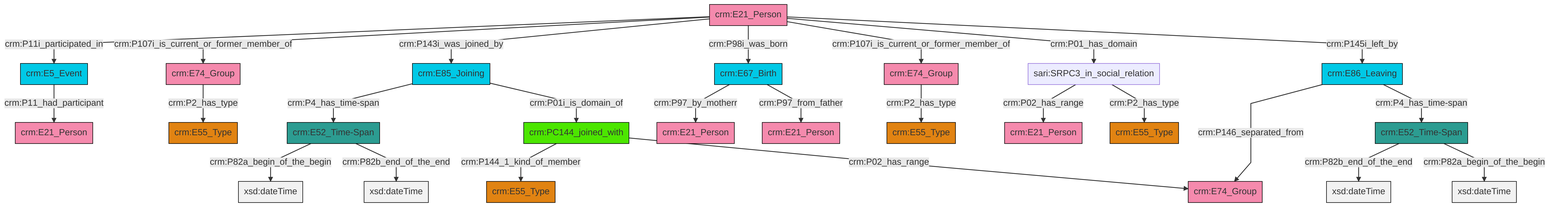
Before: et/personCSV/ttl/mmd/png/Person_Actor_Relations.png, a diagram exported from Mermaid (swiss-art-research-net/docs.swissartresearch). Its source is kept beside it as et/personCSV/ttl/mmd/Person_Actor_Relations.ttl.mmd.
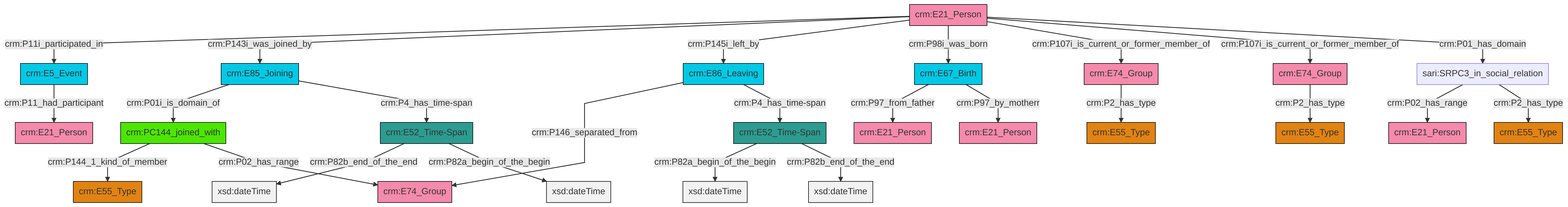
After the change.

Change to the diagram source:
```diff
@@ -14,26 +14,26 @@
 classDef Multi fill:#cccccc,stroke:#000000;
 
 0["crm:E21_Person"]:::Actor -->|crm:P11i_participated_in| 1["crm:E5_Event"]:::Temporal_Entity
-2["crm:E86_Leaving"]:::Temporal_Entity -->|crm:P146_separated_from| 3["crm:E74_Group"]:::Actor
-0["crm:E21_Person"]:::Actor -->|crm:P107i_is_current_or_former_member_of| 4["crm:E74_Group"]:::Actor
-0["crm:E21_Person"]:::Actor -->|crm:P143i_was_joined_by| 5["crm:E85_Joining"]:::Temporal_Entity
-6["sari:SRPC3_in_social_relation"]:::Default -->|crm:P02_has_range| 7["crm:E21_Person"]:::Actor
-6["sari:SRPC3_in_social_relation"]:::Default -->|crm:P2_has_type| 8["crm:E55_Type"]:::Type
-9["crm:E52_Time-Span"]:::Time-Span -->|crm:P82a_begin_of_the_begin| 10[xsd:dateTime]:::Literal
-14["crm:E74_Group"]:::Actor -->|crm:P2_has_type| 15["crm:E55_Type"]:::Type
-18["crm:PC144_joined_with"]:::PC_Classes -->|crm:P144_1_kind_of_member| 16["crm:E55_Type"]:::Type
-23["crm:E67_Birth"]:::Temporal_Entity -->|crm:P97_by_motherr| 21["crm:E21_Person"]:::Actor
-9["crm:E52_Time-Span"]:::Time-Span -->|crm:P82b_end_of_the_end| 25[xsd:dateTime]:::Literal
-19["crm:E52_Time-Span"]:::Time-Span -->|crm:P82b_end_of_the_end| 30[xsd:dateTime]:::Literal
-19["crm:E52_Time-Span"]:::Time-Span -->|crm:P82a_begin_of_the_begin| 31[xsd:dateTime]:::Literal
-23["crm:E67_Birth"]:::Temporal_Entity -->|crm:P97_from_father| 32["crm:E21_Person"]:::Actor
-0["crm:E21_Person"]:::Actor -->|crm:P98i_was_born| 23["crm:E67_Birth"]:::Temporal_Entity
-1["crm:E5_Event"]:::Temporal_Entity -->|crm:P11_had_participant| 11["crm:E21_Person"]:::Actor
-2["crm:E86_Leaving"]:::Temporal_Entity -->|crm:P4_has_time-span| 19["crm:E52_Time-Span"]:::Time-Span
-5["crm:E85_Joining"]:::Temporal_Entity -->|crm:P4_has_time-span| 9["crm:E52_Time-Span"]:::Time-Span
-0["crm:E21_Person"]:::Actor -->|crm:P107i_is_current_or_former_member_of| 14["crm:E74_Group"]:::Actor
-0["crm:E21_Person"]:::Actor -->|crm:P01_has_domain| 6["sari:SRPC3_in_social_relation"]:::Default
-18["crm:PC144_joined_with"]:::PC_Classes -->|crm:P02_has_range| 3["crm:E74_Group"]:::Actor
-0["crm:E21_Person"]:::Actor -->|crm:P145i_left_by| 2["crm:E86_Leaving"]:::Temporal_Entity
-5["crm:E85_Joining"]:::Temporal_Entity -->|crm:P01i_is_domain_of| 18["crm:PC144_joined_with"]:::PC_Classes
-4["crm:E74_Group"]:::Actor -->|crm:P2_has_type| 27["crm:E55_Type"]:::Type
+0["crm:E21_Person"]:::Actor -->|crm:P143i_was_joined_by| 6["crm:E85_Joining"]:::Temporal_Entity
+0["crm:E21_Person"]:::Actor -->|crm:P145i_left_by| 7["crm:E86_Leaving"]:::Temporal_Entity
+0["crm:E21_Person"]:::Actor -->|crm:P98i_was_born| 8["crm:E67_Birth"]:::Temporal_Entity
+6["crm:E85_Joining"]:::Temporal_Entity -->|crm:P01i_is_domain_of| 12["crm:PC144_joined_with"]:::PC_Classes
+2["crm:E52_Time-Span"]:::Time-Span -->|crm:P82b_end_of_the_end| 16[xsd:dateTime]:::Literal
+8["crm:E67_Birth"]:::Temporal_Entity -->|crm:P97_from_father| 19["crm:E21_Person"]:::Actor
+25["crm:E74_Group"]:::Actor -->|crm:P2_has_type| 4["crm:E55_Type"]:::Type
+6["crm:E85_Joining"]:::Temporal_Entity -->|crm:P4_has_time-span| 2["crm:E52_Time-Span"]:::Time-Span
+7["crm:E86_Leaving"]:::Temporal_Entity -->|crm:P146_separated_from| 27["crm:E74_Group"]:::Actor
+12["crm:PC144_joined_with"]:::PC_Classes -->|crm:P144_1_kind_of_member| 23["crm:E55_Type"]:::Type
+12["crm:PC144_joined_with"]:::PC_Classes -->|crm:P02_has_range| 27["crm:E74_Group"]:::Actor
+0["crm:E21_Person"]:::Actor -->|crm:P107i_is_current_or_former_member_of| 20["crm:E74_Group"]:::Actor
+35["crm:E52_Time-Span"]:::Time-Span -->|crm:P82a_begin_of_the_begin| 36[xsd:dateTime]:::Literal
+2["crm:E52_Time-Span"]:::Time-Span -->|crm:P82a_begin_of_the_begin| 37[xsd:dateTime]:::Literal
+8["crm:E67_Birth"]:::Temporal_Entity -->|crm:P97_by_motherr| 40["crm:E21_Person"]:::Actor
+0["crm:E21_Person"]:::Actor -->|crm:P107i_is_current_or_former_member_of| 25["crm:E74_Group"]:::Actor
+7["crm:E86_Leaving"]:::Temporal_Entity -->|crm:P4_has_time-span| 35["crm:E52_Time-Span"]:::Time-Span
+35["crm:E52_Time-Span"]:::Time-Span -->|crm:P82b_end_of_the_end| 43[xsd:dateTime]:::Literal
+0["crm:E21_Person"]:::Actor -->|crm:P01_has_domain| 44["sari:SRPC3_in_social_relation"]:::Default
+1["crm:E5_Event"]:::Temporal_Entity -->|crm:P11_had_participant| 10["crm:E21_Person"]:::Actor
+44["sari:SRPC3_in_social_relation"]:::Default -->|crm:P02_has_range| 32["crm:E21_Person"]:::Actor
+44["sari:SRPC3_in_social_relation"]:::Default -->|crm:P2_has_type| 29["crm:E55_Type"]:::Type
+20["crm:E74_Group"]:::Actor -->|crm:P2_has_type| 17["crm:E55_Type"]:::Type
```
